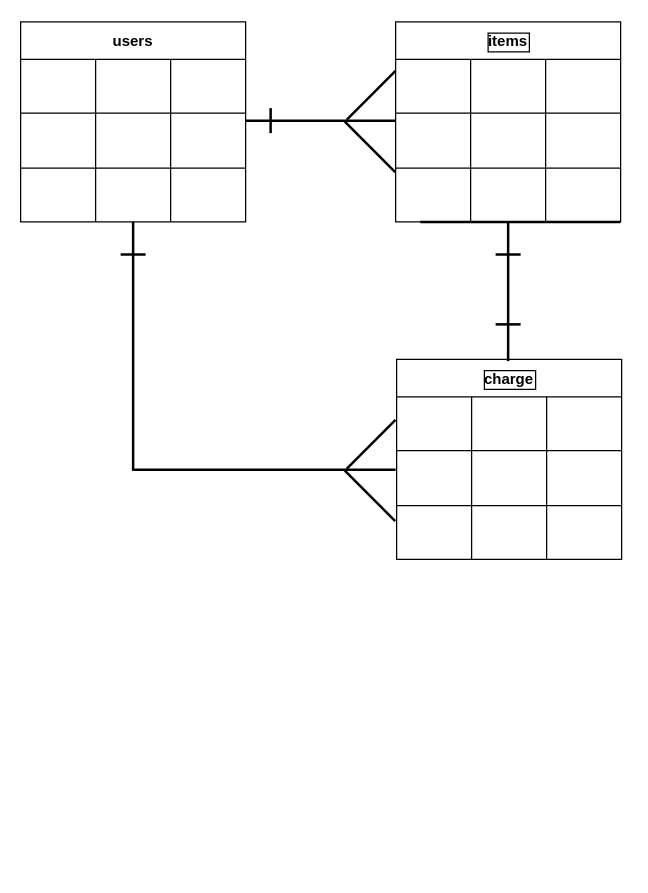
Before: test.dio in TygFF11/furima-37250, a draw.io diagram. Source tidied: cells renumbered, new cells numbered last; positions are measured from the earlier drawing's top-left corner, leaving out a move shared by most shapes. Both pictures are drawn from the tidied source at 125%, with x=0, y=0 at pixel (20, 21).
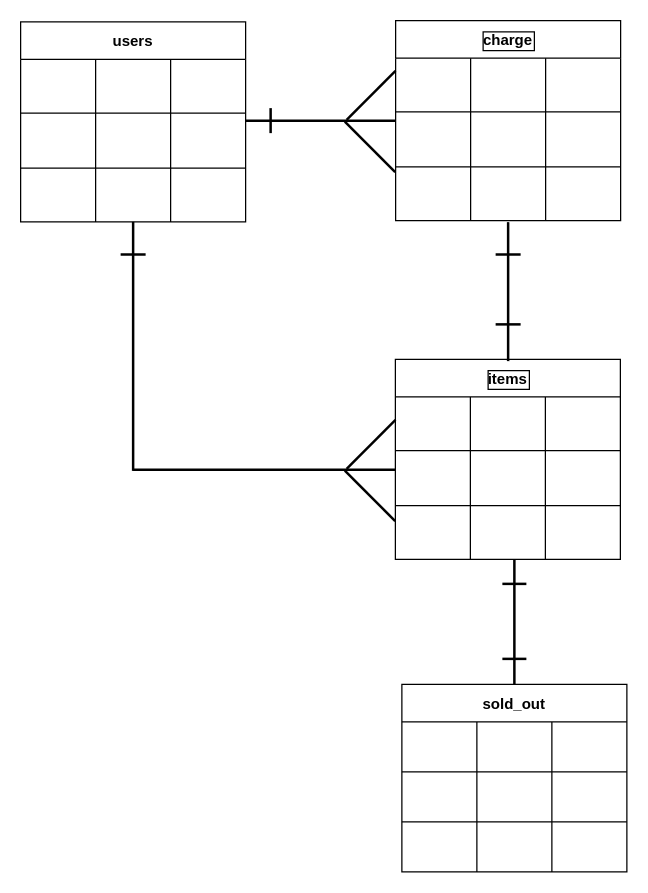
After the change.

Commit message (it also covers changes not shown here):
データベース設計　修正2

Change to the diagram source:
```diff
@@
     <mxCell id="16" value="items" style="shape=table;startSize=30;childLayout=tableLayout;fontStyle=1;align=center;labelBorderColor=#000000;" parent="1" vertex="1">
-      <mxGeometry x="300" width="180" height="160" as="geometry" />
+      <mxGeometry x="299.8" y="270" width="180" height="160" as="geometry" />
     </mxCell>
@@
     <mxCell id="29" value="charge" style="shape=table;startSize=30;childLayout=tableLayout;fontStyle=1;align=center;labelBorderColor=#000000;" parent="1" vertex="1">
-      <mxGeometry x="300.8" y="270" width="180" height="160" as="geometry" />
+      <mxGeometry x="300" y="-1" width="180" height="160" as="geometry" />
     </mxCell>
@@
-    <mxCell id="42" style="line;strokeWidth=2;html=1;startSize=30;" parent="1" vertex="1">
-      <mxGeometry x="319.8" y="155" width="160" height="10" as="geometry" />
-    </mxCell>
@@
+    <mxCell id="54" value="sold_out" style="shape=table;startSize=30;childLayout=tableLayout;fontStyle=1;align=center;" parent="1" vertex="1">
+      <mxGeometry x="305" y="530" width="180" height="150" as="geometry" />
+    </mxCell>
+    <mxCell id="55" style="shape=partialRectangle;html=1;whiteSpace=wrap;fillColor=none;top=0;left=0;bottom=0;right=0;" parent="54" vertex="1">
+      <mxGeometry y="30" width="180" height="40" as="geometry" />
+    </mxCell>
+    <mxCell id="56" style="shape=partialRectangle;html=1;whiteSpace=wrap;fillColor=none;top=0;left=0;bottom=0;right=0;overflow=hidden;" parent="55" vertex="1">
+      <mxGeometry width="60" height="40" as="geometry" />
+    </mxCell>
+    <mxCell id="57" style="shape=partialRectangle;html=1;whiteSpace=wrap;fillColor=none;top=0;left=0;bottom=0;right=0;overflow=hidden;" parent="55" vertex="1">
+      <mxGeometry x="60" width="60" height="40" as="geometry" />
+    </mxCell>
+    <mxCell id="58" style="shape=partialRectangle;html=1;whiteSpace=wrap;fillColor=none;top=0;left=0;bottom=0;right=0;overflow=hidden;" parent="55" vertex="1">
+      <mxGeometry x="120" width="60" height="40" as="geometry" />
+    </mxCell>
+    <mxCell id="59" style="shape=partialRectangle;html=1;whiteSpace=wrap;fillColor=none;top=0;left=0;bottom=0;right=0;" parent="54" vertex="1">
+      <mxGeometry y="70" width="180" height="40" as="geometry" />
+    </mxCell>
+    <mxCell id="60" style="shape=partialRectangle;html=1;whiteSpace=wrap;fillColor=none;top=0;left=0;bottom=0;right=0;overflow=hidden;" parent="59" vertex="1">
+      <mxGeometry width="60" height="40" as="geometry" />
+    </mxCell>
+    <mxCell id="61" style="shape=partialRectangle;html=1;whiteSpace=wrap;fillColor=none;top=0;left=0;bottom=0;right=0;overflow=hidden;" parent="59" vertex="1">
+      <mxGeometry x="60" width="60" height="40" as="geometry" />
+    </mxCell>
+    <mxCell id="62" style="shape=partialRectangle;html=1;whiteSpace=wrap;fillColor=none;top=0;left=0;bottom=0;right=0;overflow=hidden;" parent="59" vertex="1">
+      <mxGeometry x="120" width="60" height="40" as="geometry" />
+    </mxCell>
+    <mxCell id="63" style="shape=partialRectangle;html=1;whiteSpace=wrap;fillColor=none;top=0;left=0;bottom=0;right=0;" parent="54" vertex="1">
+      <mxGeometry y="110" width="180" height="40" as="geometry" />
+    </mxCell>
+    <mxCell id="64" style="shape=partialRectangle;html=1;whiteSpace=wrap;fillColor=none;top=0;left=0;bottom=0;right=0;overflow=hidden;" parent="63" vertex="1">
+      <mxGeometry width="60" height="40" as="geometry" />
+    </mxCell>
+    <mxCell id="65" style="shape=partialRectangle;html=1;whiteSpace=wrap;fillColor=none;top=0;left=0;bottom=0;right=0;overflow=hidden;" parent="63" vertex="1">
+      <mxGeometry x="60" width="60" height="40" as="geometry" />
+    </mxCell>
+    <mxCell id="66" style="shape=partialRectangle;html=1;whiteSpace=wrap;fillColor=none;top=0;left=0;bottom=0;right=0;overflow=hidden;" parent="63" vertex="1">
+      <mxGeometry x="120" width="60" height="40" as="geometry" />
+    </mxCell>
+    <mxCell id="67" style="line;strokeWidth=2;direction=south;html=1;rotation=-180;" parent="1" vertex="1">
+      <mxGeometry x="390" y="430" width="10" height="100" as="geometry" />
+    </mxCell>
+    <mxCell id="68" style="line;strokeWidth=2;direction=south;html=1;rotation=90;" parent="1" vertex="1">
+      <mxGeometry x="390" y="500" width="10" height="19.2" as="geometry" />
+    </mxCell>
+    <mxCell id="69" style="line;strokeWidth=2;direction=south;html=1;rotation=90;" parent="1" vertex="1">
+      <mxGeometry x="390" y="440" width="10" height="19.2" as="geometry" />
+    </mxCell>
```
